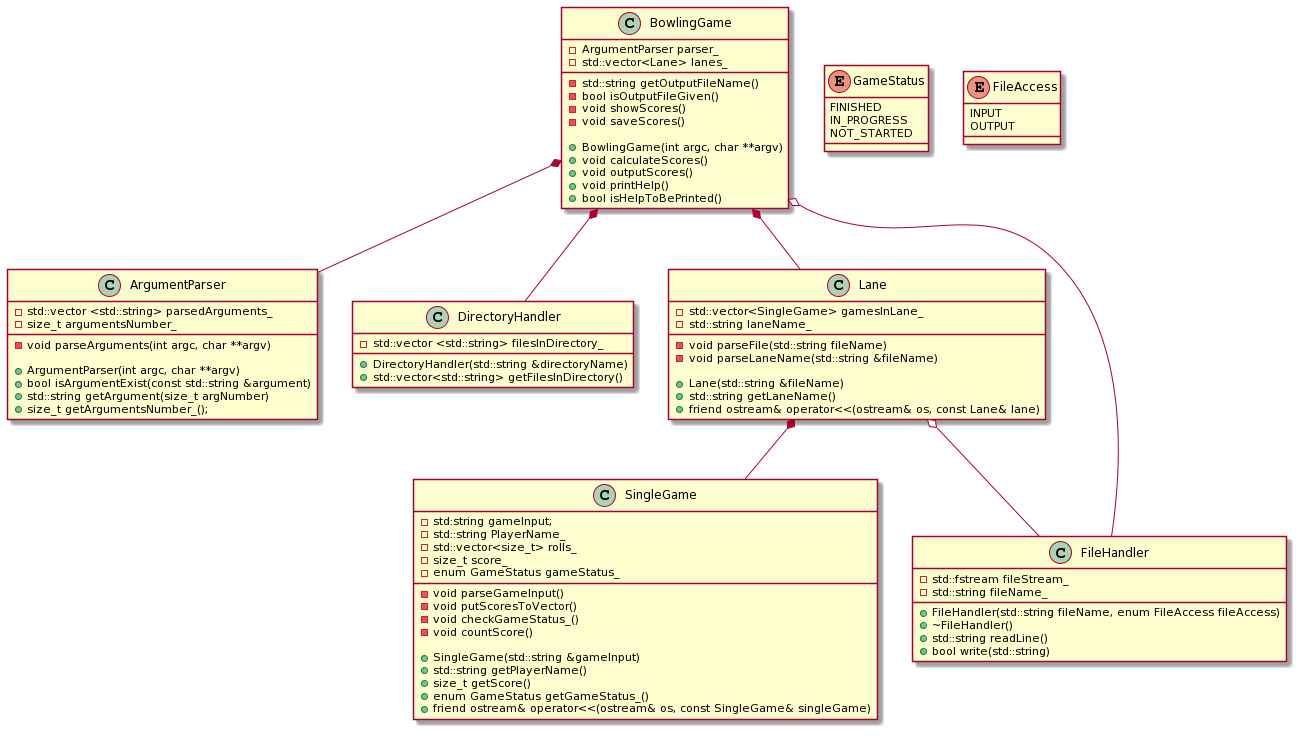
Before: bowling/docs/plant_uml.png, a diagram exported from PlantUML (coders-school/testing).
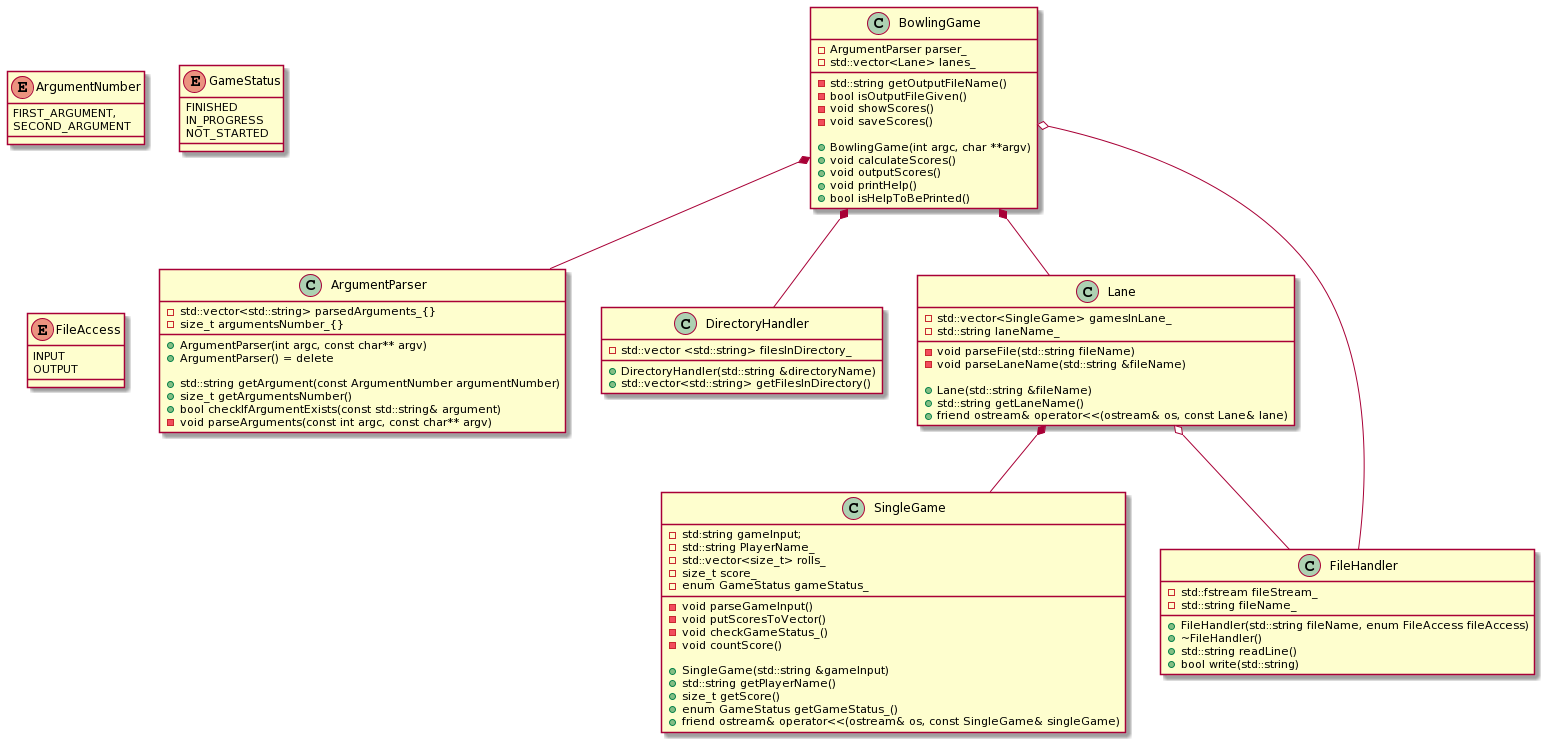
The same diagram one commit later.

Commit message:
ArgumentParser class - UML updated

What changed in the source:
```diff
@@ -22,16 +22,23 @@
 +bool isHelpToBePrinted()
 }
 
+enum ArgumentNumber {
+  FIRST_ARGUMENT,
+  SECOND_ARGUMENT
+}
+
 class ArgumentParser{
--std::vector <std::string> parsedArguments_
--size_t argumentsNumber_
++ ArgumentParser(int argc, const char** argv)
++ ArgumentParser() = delete
 
--void parseArguments(int argc, char **argv)
++ std::string getArgument(const ArgumentNumber argumentNumber)
++ size_t getArgumentsNumber()
++ bool checkIfArgumentExists(const std::string& argument)
 
-+ArgumentParser(int argc, char **argv)
-+bool isArgumentExist(const std::string &argument)
-+std::string getArgument(size_t argNumber)
-+size_t getArgumentsNumber_();
+- std::vector<std::string> parsedArguments_{}
+- size_t argumentsNumber_{}
+
+- void parseArguments(const int argc, const char** argv)
 }
 
 class DirectoryHandler{
```
